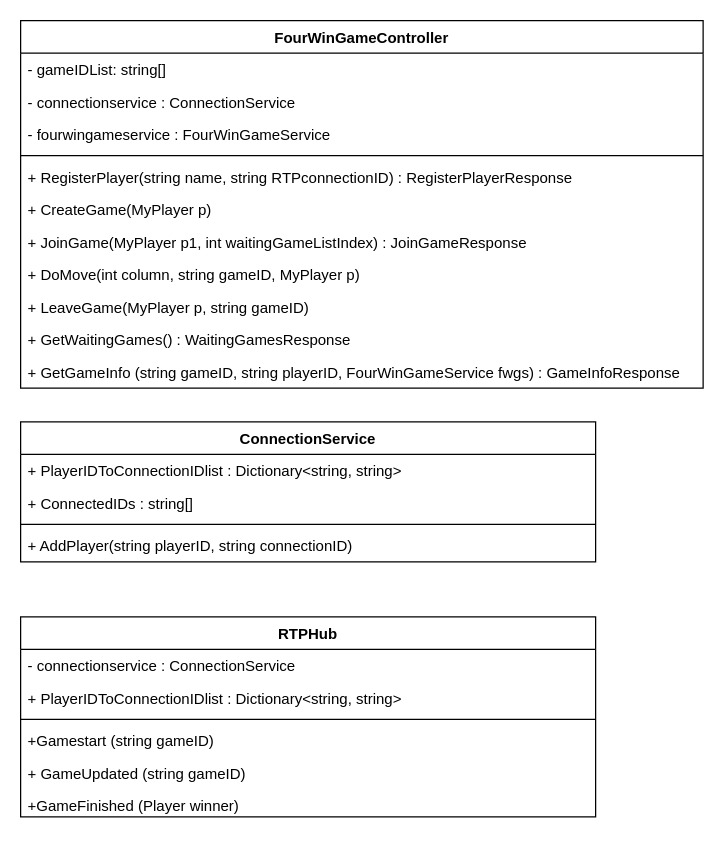
Above: page "RestAPI (MVC)" (3 of 4) of 4WinsGame/4WinGame/Architecture/20230217SRs(Klassendiagramme).drawio in JonasKrammerInfoteam/MiniprojektMultiplayerGame (draw.io), before the change. Source tidied: cells renumbered, new cells numbered last; positions are measured from the earlier drawing's top-left corner, leaving out a move shared by most shapes. Both pictures are drawn from the tidied source at 125%, with x=0, y=0 at pixel (20, 20).
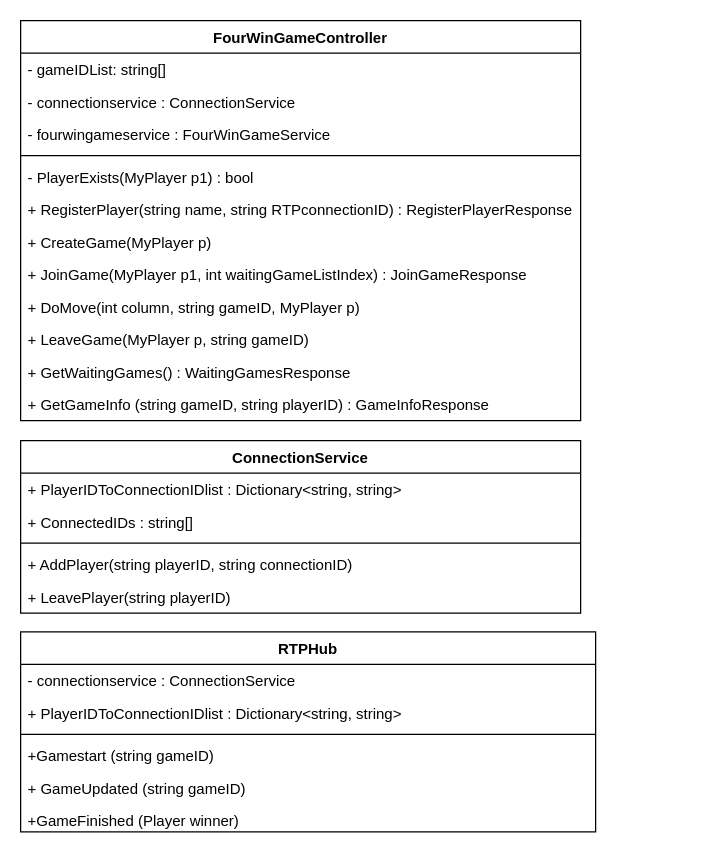
Above is the later version.

Change to the diagram source:
```diff
@@
     <mxCell id="2" value="FourWinGameController" style="swimlane;fontStyle=1;align=center;verticalAlign=top;horizontal=1;startSize=26;" parent="1" vertex="1">
-      <mxGeometry width="546" height="294" as="geometry" />
+      <mxGeometry width="448" height="320" as="geometry" />
     </mxCell>
     <mxCell id="3" value="- gameIDList: string[]" style="text;strokeColor=none;fillColor=none;align=left;verticalAlign=top;spacingLeft=4;spacingRight=4;overflow=hidden;" parent="2" vertex="1">
-      <mxGeometry y="26" width="546" height="26" as="geometry" />
+      <mxGeometry y="26" width="448" height="26" as="geometry" />
     </mxCell>
     <mxCell id="4" value="- connectionservice : ConnectionService" style="text;strokeColor=none;fillColor=none;align=left;verticalAlign=top;spacingLeft=4;spacingRight=4;overflow=hidden;" parent="2" vertex="1">
-      <mxGeometry y="52" width="546" height="26" as="geometry" />
+      <mxGeometry y="52" width="448" height="26" as="geometry" />
     </mxCell>
     <mxCell id="5" value="- fourwingameservice : FourWinGameService&#10;" style="text;strokeColor=none;fillColor=none;align=left;verticalAlign=top;spacingLeft=4;spacingRight=4;overflow=hidden;" parent="2" vertex="1">
-      <mxGeometry y="78" width="546" height="26" as="geometry" />
+      <mxGeometry y="78" width="448" height="26" as="geometry" />
     </mxCell>
     <mxCell id="6" style="line;strokeWidth=1;fillColor=none;align=left;verticalAlign=middle;spacingTop=-1;spacingLeft=3;spacingRight=3;labelPosition=right;strokeColor=inherit;" parent="2" vertex="1">
-      <mxGeometry y="104" width="546" height="8" as="geometry" />
+      <mxGeometry y="104" width="448" height="8" as="geometry" />
     </mxCell>
+    <mxCell id="26" value="- PlayerExists(MyPlayer p1) : bool" style="text;strokeColor=none;fillColor=none;align=left;verticalAlign=top;spacingLeft=4;spacingRight=4;overflow=hidden;" parent="2" vertex="1">
+      <mxGeometry y="112" width="448" height="26" as="geometry" />
+    </mxCell>
     <mxCell id="7" value="+ RegisterPlayer(string name, string RTPconnectionID) : RegisterPlayerResponse" style="text;strokeColor=none;fillColor=none;align=left;verticalAlign=top;spacingLeft=4;spacingRight=4;overflow=hidden;" parent="2" vertex="1">
-      <mxGeometry y="112" width="546" height="26" as="geometry" />
+      <mxGeometry y="138" width="448" height="26" as="geometry" />
     </mxCell>
     <mxCell id="8" value="+ CreateGame(MyPlayer p)" style="text;strokeColor=none;fillColor=none;align=left;verticalAlign=top;spacingLeft=4;spacingRight=4;overflow=hidden;" parent="2" vertex="1">
-      <mxGeometry y="138" width="546" height="26" as="geometry" />
+      <mxGeometry y="164" width="448" height="26" as="geometry" />
     </mxCell>
     <mxCell id="9" value="+ JoinGame(MyPlayer p1, int waitingGameListIndex) : JoinGameResponse" style="text;strokeColor=none;fillColor=none;align=left;verticalAlign=top;spacingLeft=4;spacingRight=4;overflow=hidden;" parent="2" vertex="1">
-      <mxGeometry y="164" width="546" height="26" as="geometry" />
+      <mxGeometry y="190" width="448" height="26" as="geometry" />
     </mxCell>
     <mxCell id="10" value="+ DoMove(int column, string gameID, MyPlayer p)" style="text;strokeColor=none;fillColor=none;align=left;verticalAlign=top;spacingLeft=4;spacingRight=4;overflow=hidden;" parent="2" vertex="1">
-      <mxGeometry y="190" width="546" height="26" as="geometry" />
+      <mxGeometry y="216" width="448" height="26" as="geometry" />
     </mxCell>
     <mxCell id="11" value="+ LeaveGame(MyPlayer p, string gameID)" style="text;strokeColor=none;fillColor=none;align=left;verticalAlign=top;spacingLeft=4;spacingRight=4;overflow=hidden;" parent="2" vertex="1">
-      <mxGeometry y="216" width="546" height="26" as="geometry" />
+      <mxGeometry y="242" width="448" height="26" as="geometry" />
     </mxCell>
     <mxCell id="12" value="+ GetWaitingGames() : WaitingGamesResponse&#10;" style="text;strokeColor=none;fillColor=none;align=left;verticalAlign=top;spacingLeft=4;spacingRight=4;overflow=hidden;" parent="2" vertex="1">
-      <mxGeometry y="242" width="546" height="26" as="geometry" />
+      <mxGeometry y="268" width="448" height="26" as="geometry" />
     </mxCell>
-    <mxCell id="13" value="+ GetGameInfo (string gameID, string playerID, FourWinGameService fwgs) : GameInfoResponse" style="text;strokeColor=none;fillColor=none;align=left;verticalAlign=top;spacingLeft=4;spacingRight=4;overflow=hidden;" parent="2" vertex="1">
-      <mxGeometry y="268" width="546" height="26" as="geometry" />
+    <mxCell id="13" value="+ GetGameInfo (string gameID, string playerID) : GameInfoResponse" style="text;strokeColor=none;fillColor=none;align=left;verticalAlign=top;spacingLeft=4;spacingRight=4;overflow=hidden;" parent="2" vertex="1">
+      <mxGeometry y="294" width="448" height="26" as="geometry" />
     </mxCell>
     <mxCell id="14" value="ConnectionService" style="swimlane;fontStyle=1;align=center;verticalAlign=top;horizontal=1;startSize=26;" parent="1" vertex="1">
-      <mxGeometry y="321" width="460" height="112" as="geometry" />
+      <mxGeometry y="336" width="448" height="138" as="geometry" />
     </mxCell>
     <mxCell id="15" value="+ PlayerIDToConnectionIDlist : Dictionary&lt;string, string&gt;" style="text;strokeColor=none;fillColor=none;align=left;verticalAlign=top;spacingLeft=4;spacingRight=4;overflow=hidden;" parent="14" vertex="1">
-      <mxGeometry y="26" width="460" height="26" as="geometry" />
+      <mxGeometry y="26" width="448" height="26" as="geometry" />
     </mxCell>
     <mxCell id="16" value="+ ConnectedIDs : string[]" style="text;strokeColor=none;fillColor=none;align=left;verticalAlign=top;spacingLeft=4;spacingRight=4;overflow=hidden;" parent="14" vertex="1">
-      <mxGeometry y="52" width="460" height="26" as="geometry" />
+      <mxGeometry y="52" width="448" height="26" as="geometry" />
     </mxCell>
     <mxCell id="17" style="line;strokeWidth=1;fillColor=none;align=left;verticalAlign=middle;spacingTop=-1;spacingLeft=3;spacingRight=3;labelPosition=right;strokeColor=inherit;" parent="14" vertex="1">
-      <mxGeometry y="78" width="460" height="8" as="geometry" />
+      <mxGeometry y="78" width="448" height="8" as="geometry" />
     </mxCell>
+    <mxCell id="27" value="+ AddPlayer(string playerID, string connectionID)" style="text;strokeColor=none;fillColor=none;align=left;verticalAlign=top;spacingLeft=4;spacingRight=4;overflow=hidden;" parent="14" vertex="1">
+      <mxGeometry y="86" width="448" height="26" as="geometry" />
+    </mxCell>
-    <mxCell id="18" value="+ AddPlayer(string playerID, string connectionID)" style="text;strokeColor=none;fillColor=none;align=left;verticalAlign=top;spacingLeft=4;spacingRight=4;overflow=hidden;" parent="14" vertex="1">
-      <mxGeometry y="86" width="460" height="26" as="geometry" />
+    <mxCell id="18" value="+ LeavePlayer(string playerID)" style="text;strokeColor=none;fillColor=none;align=left;verticalAlign=top;spacingLeft=4;spacingRight=4;overflow=hidden;" parent="14" vertex="1">
+      <mxGeometry y="112" width="448" height="26" as="geometry" />
     </mxCell>
     <mxCell id="19" value="RTPHub" style="swimlane;fontStyle=1;align=center;verticalAlign=top;horizontal=1;startSize=26;" parent="1" vertex="1">
-      <mxGeometry y="477" width="460" height="160" as="geometry" />
+      <mxGeometry y="489" width="460" height="160" as="geometry" />
     </mxCell>
```
